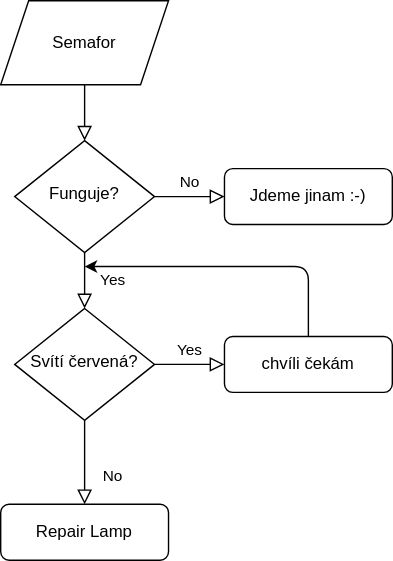
Before: 00TempData/FirstFlowchart.svg, a diagram exported from draw.io (TomasKazda/diagrams.net). Source tidied: cells renumbered, new cells last; positions are measured from the earlier drawing's top-left corner, leaving out a move shared by most shapes.
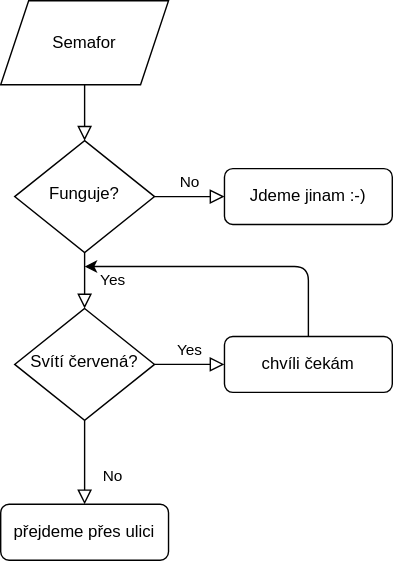
The same diagram one commit later.

Diff of the diagram source:
```diff
@@ -26,7 +26,7 @@
     <mxCell id="9" value="Svítí červená?" style="rhombus;whiteSpace=wrap;html=1;shadow=0;fontFamily=Helvetica;fontSize=12;align=center;strokeWidth=1;spacing=6;spacingTop=-4;" parent="1" vertex="1">
       <mxGeometry x="10" y="220" width="100" height="80" as="geometry" />
     </mxCell>
-    <mxCell id="10" value="Repair Lamp" style="rounded=1;whiteSpace=wrap;html=1;fontSize=12;glass=0;strokeWidth=1;shadow=0;" parent="1" vertex="1">
+    <mxCell id="10" value="přejdeme přes ulici" style="rounded=1;whiteSpace=wrap;html=1;fontSize=12;glass=0;strokeWidth=1;shadow=0;" parent="1" vertex="1">
       <mxGeometry y="360" width="120" height="40" as="geometry" />
     </mxCell>
     <mxCell id="11" value="chvíli čekám" style="rounded=1;whiteSpace=wrap;html=1;fontSize=12;glass=0;strokeWidth=1;shadow=0;" parent="1" vertex="1">
```
